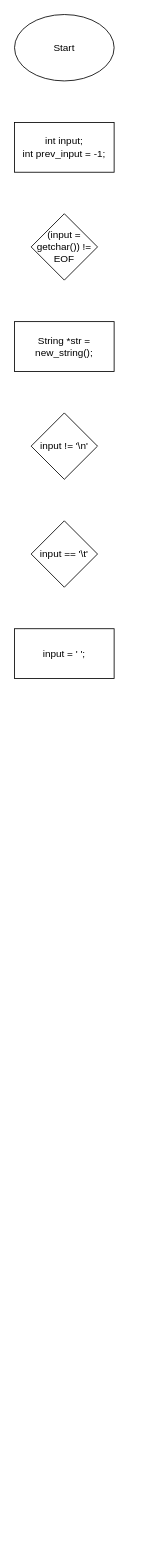
Earlier version of the draw.io diagram labs/lab6/lab6.drawio (Glebins/mephi_labs). Source tidied: cells renumbered, new cells numbered last; positions are measured from the earlier drawing's top-left corner, leaving out a move shared by most shapes. Both pictures are drawn from the tidied source at 83%, with x=0, y=0 at pixel (14, 14).
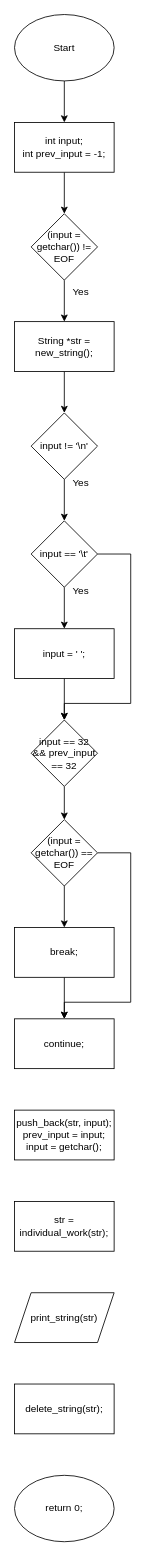
The same page after the edit.

The change refers to these unchanged cells:
```xml
<mxCell id="2" value="Start" style="ellipse;whiteSpace=wrap;html=1;" parent="1" vertex="1">
  <mxGeometry width="120" height="80" as="geometry" />
</mxCell>
<mxCell id="3" value="int input;&lt;br&gt;int prev_input = -1;" style="rounded=0;whiteSpace=wrap;html=1;" parent="1" vertex="1">
  <mxGeometry y="130" width="120" height="60" as="geometry" />
</mxCell>
<mxCell id="4" value="(input = getchar()) != EOF" style="rhombus;whiteSpace=wrap;html=1;" parent="1" vertex="1">
  <mxGeometry x="20" y="240" width="80" height="80" as="geometry" />
</mxCell>
<mxCell id="5" value="String *str = new_string();" style="rounded=0;whiteSpace=wrap;html=1;" parent="1" vertex="1">
  <mxGeometry y="370" width="120" height="60" as="geometry" />
</mxCell>
<mxCell id="6" value="input != '\n'" style="rhombus;whiteSpace=wrap;html=1;" parent="1" vertex="1">
  <mxGeometry x="20" y="480" width="80" height="80" as="geometry" />
</mxCell>
<mxCell id="7" value="input == '\t'" style="rhombus;whiteSpace=wrap;html=1;" parent="1" vertex="1">
  <mxGeometry x="20" y="610" width="80" height="80" as="geometry" />
</mxCell>
<mxCell id="8" value="input = ' ';" style="rounded=0;whiteSpace=wrap;html=1;" parent="1" vertex="1">
  <mxGeometry y="740" width="120" height="60" as="geometry" />
</mxCell>
```

What changed in the source:
```diff
@@
+    <mxCell id="9" style="edgeStyle=orthogonalEdgeStyle;rounded=0;jettySize=auto;html=1;" parent="1" edge="1" source="2" target="3">
+      <mxGeometry relative="1" as="geometry" />
+    </mxCell>
@@
+    <mxCell id="10" style="edgeStyle=orthogonalEdgeStyle;rounded=0;jettySize=auto;html=1;" parent="1" edge="1" source="3" target="4">
+      <mxGeometry relative="1" as="geometry" />
+    </mxCell>
@@
+    <mxCell id="11" style="edgeStyle=orthogonalEdgeStyle;rounded=0;jettySize=auto;html=1;" parent="1" edge="1" source="4" target="5">
+      <mxGeometry relative="1" as="geometry" />
+    </mxCell>
@@
+    <mxCell id="12" style="edgeStyle=orthogonalEdgeStyle;rounded=0;jettySize=auto;html=1;" parent="1" edge="1" source="5" target="6">
+      <mxGeometry relative="1" as="geometry" />
+    </mxCell>
@@
+    <mxCell id="13" style="edgeStyle=orthogonalEdgeStyle;rounded=0;jettySize=auto;html=1;" parent="1" edge="1" source="6" target="7">
+      <mxGeometry relative="1" as="geometry" />
+    </mxCell>
@@
+    <mxCell id="14" style="edgeStyle=orthogonalEdgeStyle;rounded=0;jettySize=auto;html=1;" parent="1" edge="1" source="7" target="8">
+      <mxGeometry relative="1" as="geometry" />
+    </mxCell>
+    <mxCell id="15" style="edgeStyle=orthogonalEdgeStyle;rounded=0;jettySize=auto;html=1;exitX=1;exitY=0.5;exitDx=0;exitDy=0;entryX=0.5;entryY=0;entryDx=0;entryDy=0;" parent="1" edge="1" source="7" target="18">
+      <mxGeometry relative="1" as="geometry">
+        <Array as="points">
+          <mxPoint x="140" y="650" />
+          <mxPoint x="140" y="830" />
+          <mxPoint x="60" y="830" />
+        </Array>
+      </mxGeometry>
+    </mxCell>
@@
+    <mxCell id="16" style="edgeStyle=orthogonalEdgeStyle;rounded=0;jettySize=auto;html=1;" parent="1" edge="1" source="8" target="18">
+      <mxGeometry relative="1" as="geometry" />
+    </mxCell>
@@
+    <mxCell id="17" style="edgeStyle=orthogonalEdgeStyle;rounded=0;jettySize=auto;html=1;" parent="1" edge="1" source="18" target="21">
+      <mxGeometry relative="1" as="geometry" />
+    </mxCell>
+    <mxCell id="18" value="input == 32 &amp;amp;&amp;amp; prev_input == 32" style="rhombus;whiteSpace=wrap;html=1;" parent="1" vertex="1">
+      <mxGeometry x="20" y="850" width="80" height="80" as="geometry" />
+    </mxCell>
+    <mxCell id="19" style="edgeStyle=orthogonalEdgeStyle;rounded=0;jettySize=auto;html=1;" parent="1" edge="1" source="21" target="23">
+      <mxGeometry relative="1" as="geometry" />
+    </mxCell>
+    <mxCell id="20" style="edgeStyle=orthogonalEdgeStyle;rounded=0;jettySize=auto;html=1;exitX=1;exitY=0.5;exitDx=0;exitDy=0;entryX=0.5;entryY=0;entryDx=0;entryDy=0;" parent="1" edge="1" source="21" target="24">
+      <mxGeometry relative="1" as="geometry">
+        <Array as="points">
+          <mxPoint x="140" y="1010" />
+          <mxPoint x="140" y="1190" />
+          <mxPoint x="60" y="1190" />
+        </Array>
+      </mxGeometry>
+    </mxCell>
+    <mxCell id="21" value="(input = getchar()) == EOF" style="rhombus;whiteSpace=wrap;html=1;" parent="1" vertex="1">
+      <mxGeometry x="20" y="970" width="80" height="80" as="geometry" />
+    </mxCell>
+    <mxCell id="22" style="edgeStyle=orthogonalEdgeStyle;rounded=0;jettySize=auto;html=1;" parent="1" edge="1" source="23" target="24">
+      <mxGeometry relative="1" as="geometry" />
+    </mxCell>
+    <mxCell id="23" value="break;" style="rounded=0;whiteSpace=wrap;html=1;" parent="1" vertex="1">
+      <mxGeometry y="1100" width="120" height="60" as="geometry" />
+    </mxCell>
+    <mxCell id="24" value="continue;" style="rounded=0;whiteSpace=wrap;html=1;" parent="1" vertex="1">
+      <mxGeometry y="1210" width="120" height="60" as="geometry" />
+    </mxCell>
+    <mxCell id="25" value="push_back(str, input);&lt;br&gt;prev_input = input;&lt;br&gt;input = getchar();" style="rounded=0;whiteSpace=wrap;html=1;" parent="1" vertex="1">
+      <mxGeometry y="1320" width="120" height="60" as="geometry" />
+    </mxCell>
+    <mxCell id="26" value="str = individual_work(str);" style="rounded=0;whiteSpace=wrap;html=1;" parent="1" vertex="1">
+      <mxGeometry y="1430" width="120" height="60" as="geometry" />
+    </mxCell>
+    <mxCell id="27" value="print_string(str)" style="shape=parallelogram;perimeter=parallelogramPerimeter;whiteSpace=wrap;html=1;fixedSize=1;" parent="1" vertex="1">
+      <mxGeometry y="1540" width="120" height="60" as="geometry" />
+    </mxCell>
+    <mxCell id="28" value="delete_string(str);" style="rounded=0;whiteSpace=wrap;html=1;" parent="1" vertex="1">
+      <mxGeometry y="1650" width="120" height="60" as="geometry" />
+    </mxCell>
+    <mxCell id="29" value="return 0;" style="ellipse;whiteSpace=wrap;html=1;" parent="1" vertex="1">
+      <mxGeometry y="1760" width="120" height="80" as="geometry" />
+    </mxCell>
+    <mxCell id="30" value="Yes" style="text;html=1;strokeColor=none;fillColor=none;align=center;verticalAlign=middle;whiteSpace=wrap;rounded=0;" parent="1" vertex="1">
+      <mxGeometry x="50" y="680" width="60" height="30" as="geometry" />
+    </mxCell>
+    <mxCell id="31" value="Yes" style="text;html=1;strokeColor=none;fillColor=none;align=center;verticalAlign=middle;whiteSpace=wrap;rounded=0;" parent="1" vertex="1">
+      <mxGeometry x="50" y="550" width="60" height="30" as="geometry" />
+    </mxCell>
+    <mxCell id="32" value="Yes" style="text;html=1;strokeColor=none;fillColor=none;align=center;verticalAlign=middle;whiteSpace=wrap;rounded=0;" parent="1" vertex="1">
+      <mxGeometry x="50" y="320" width="60" height="30" as="geometry" />
+    </mxCell>
```
